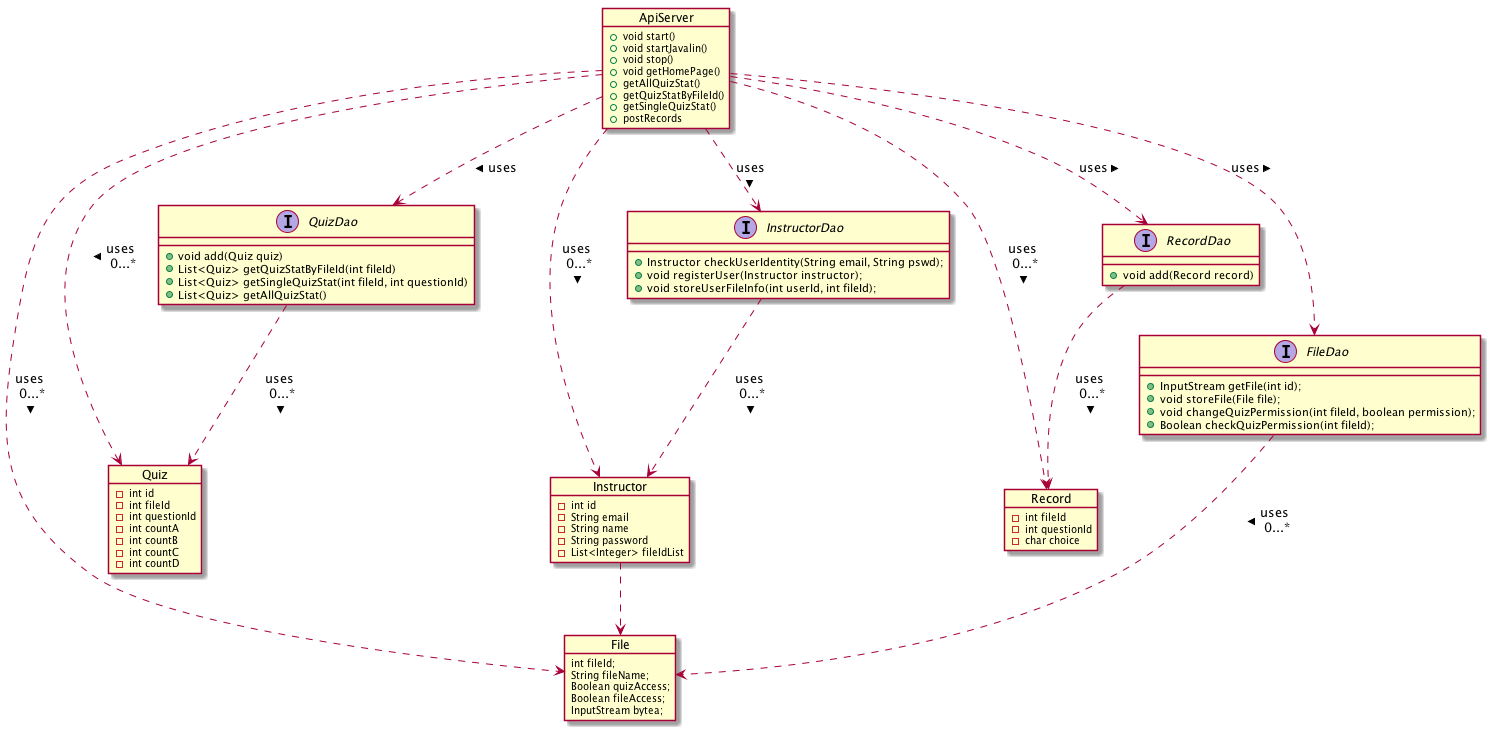
Earlier version of the PlantUML export docs/it5/it5_UML.png (MrAllenChan/QuizHero).
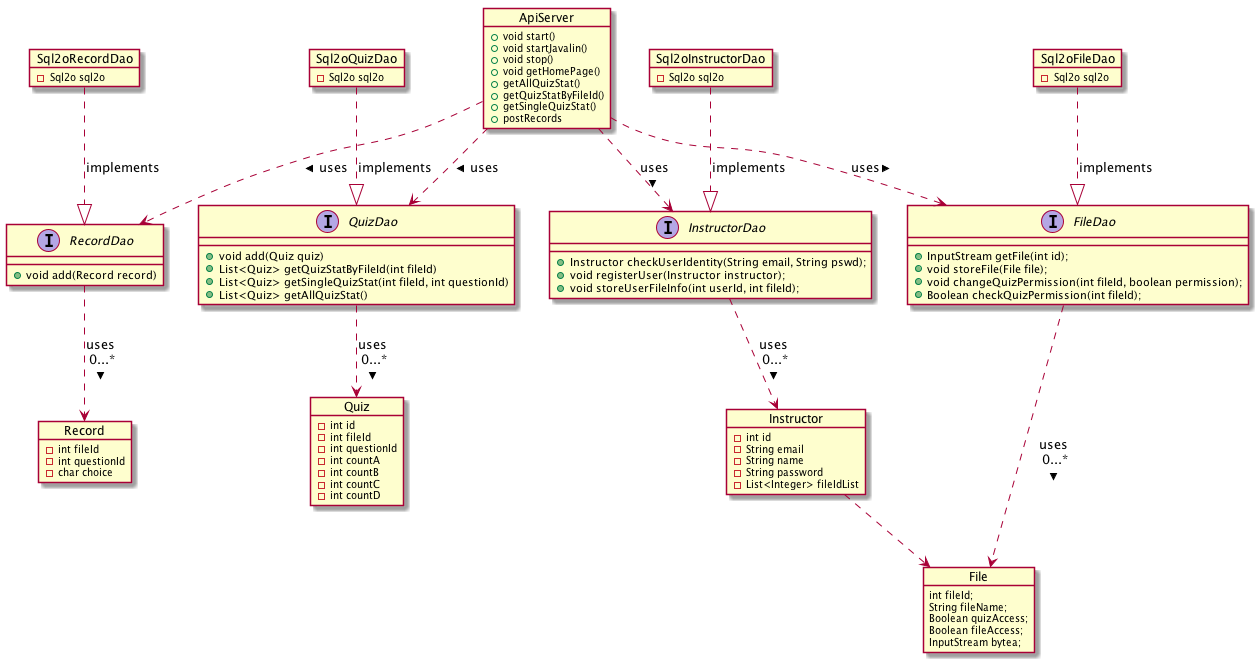
Later version of the same file.

What changed in the source:
```diff
@@ -43,6 +43,22 @@
     -char choice
 }
 
+object Sql2oRecordDao {
+-Sql2o sql2o
+}
+
+object Sql2oQuizDao {
+-Sql2o sql2o
+}
+
+object Sql2oInstructorDao {
+-Sql2o sql2o
+}
+
+object Sql2oFileDao {
+-Sql2o sql2o
+}
+
 Interface QuizDao {
 +void add(Quiz quiz)
 +List<Quiz> getQuizStatByFileId(int fileId)
@@ -67,6 +83,8 @@
 +Boolean checkQuizPermission(int fileId);
 }
 
+
+
 QuizDao ..> Quiz : > uses \n0...*
 RecordDao ..> Record : > uses \n0...*
 InstructorDao ..> Instructor : > uses \n0...*
@@ -78,10 +96,11 @@
 ApiServer ..> RecordDao : > uses
 ApiServer ..> InstructorDao : > uses
 ApiServer ..> FileDao : > uses
-ApiServer ..> Quiz : > uses \n0...*
-ApiServer ..> Record : > uses \n0...*
-ApiServer ..> Instructor : > uses \n0...*
-ApiServer ..> File : > uses \n0...*
+
+Sql2oRecordDao ..|> RecordDao : implements
+Sql2oQuizDao ..|> QuizDao : implements
+Sql2oInstructorDao ..|> InstructorDao :	implements
+Sql2oFileDao ..|> FileDao : implements
 
 
 @enduml
```
